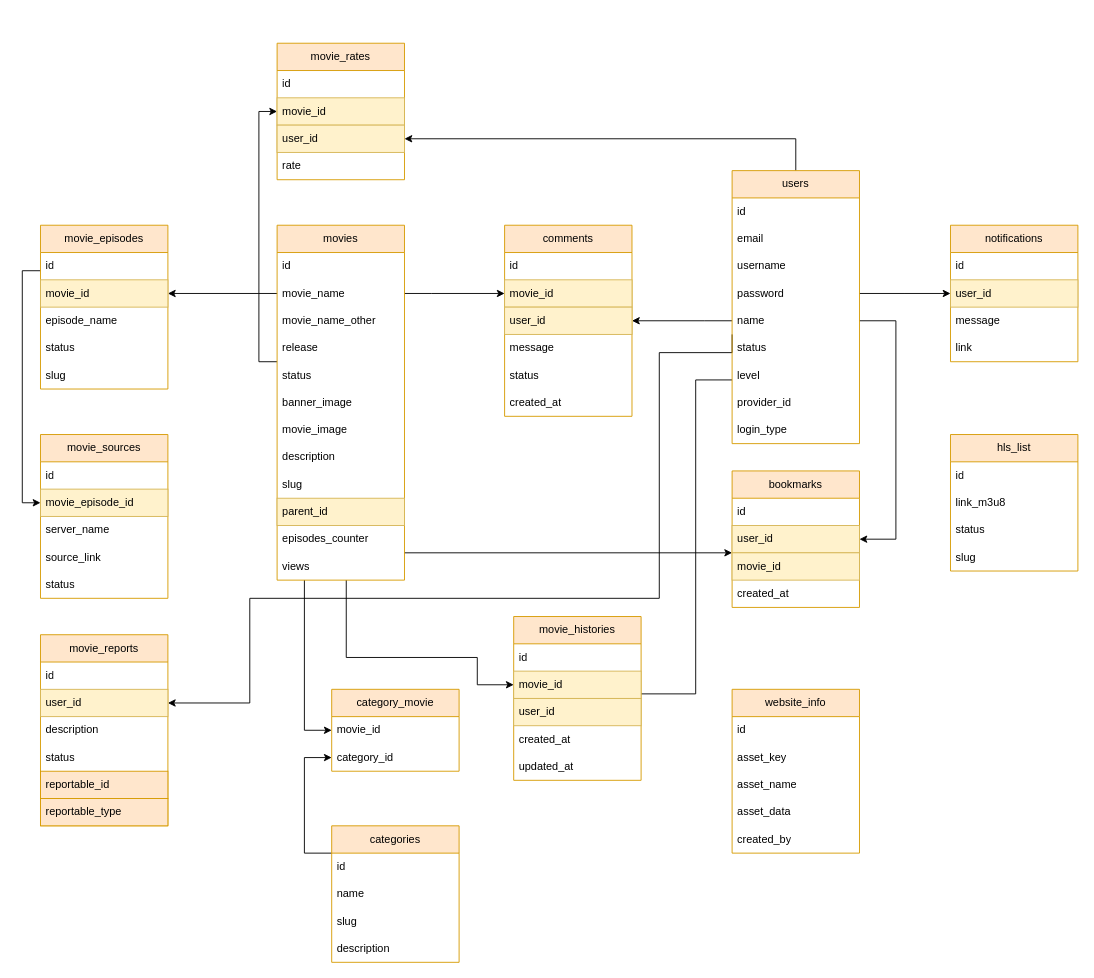
chinhps/movie-project keeps this draw.io diagram as movies_erd.drawio. Above is the earlier version. Source tidied: cells renumbered, new cells numbered last; positions are measured from the earlier drawing's top-left corner, leaving out a move shared by most shapes. Both pictures are drawn from the tidied source at 91%, with x=0, y=0 at pixel (22, 43).
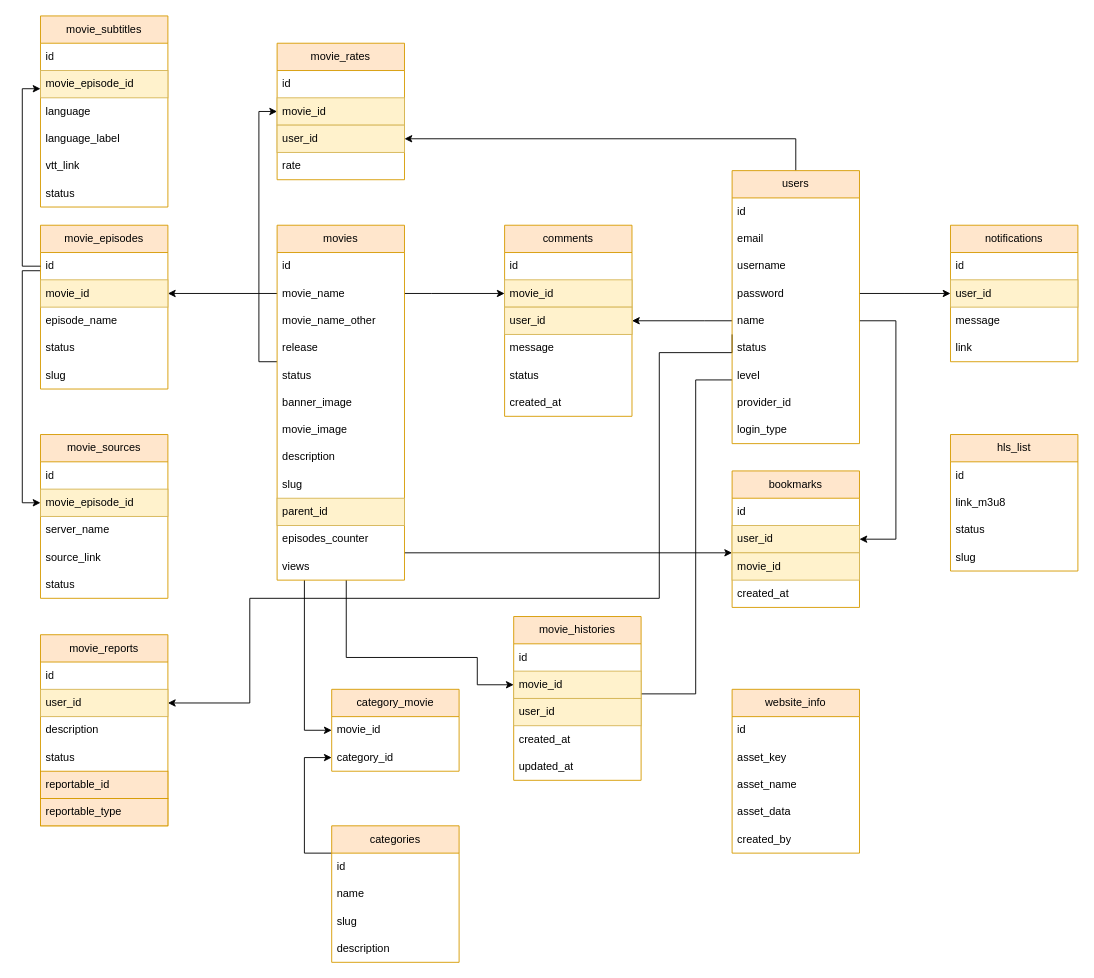
The same page after the edit.

Unchanged cells that the change refers to:
```xml
<mxCell id="23" value="id" style="text;strokeColor=none;fillColor=none;align=left;verticalAlign=middle;spacingLeft=4;spacingRight=4;overflow=hidden;points=[[0,0.5],[1,0.5]];portConstraint=eastwest;whiteSpace=wrap;html=1;" parent="22" vertex="1">
  <mxGeometry y="30" width="140" height="30" as="geometry" />
</mxCell>
```

What changed in the source:
```diff
@@
+    <mxCell id="105" value="movie_subtitles" style="swimlane;fontStyle=0;horizontal=1;startSize=30;whiteSpace=wrap;html=1;fillColor=#ffe6cc;strokeColor=#d79b00;" parent="1" vertex="1">
+      <mxGeometry x="20" y="-30" width="140" height="210" as="geometry" />
+    </mxCell>
+    <mxCell id="106" value="id" style="text;strokeColor=none;fillColor=none;align=left;verticalAlign=middle;spacingLeft=4;spacingRight=4;overflow=hidden;whiteSpace=wrap;html=1;" parent="105" vertex="1">
+      <mxGeometry y="30" width="140" height="30" as="geometry" />
+    </mxCell>
+    <mxCell id="107" value="&lt;span style=&quot;text-align: center;&quot;&gt;movie_episode&lt;/span&gt;_id" style="text;strokeColor=#d6b656;fillColor=#fff2cc;align=left;verticalAlign=middle;spacingLeft=4;spacingRight=4;overflow=hidden;whiteSpace=wrap;html=1;" parent="105" vertex="1">
+      <mxGeometry y="60" width="140" height="30" as="geometry" />
+    </mxCell>
+    <mxCell id="108" value="language" style="text;strokeColor=none;fillColor=none;align=left;verticalAlign=middle;spacingLeft=4;spacingRight=4;overflow=hidden;whiteSpace=wrap;html=1;" parent="105" vertex="1">
+      <mxGeometry y="90" width="140" height="30" as="geometry" />
+    </mxCell>
+    <mxCell id="109" value="language_label" style="text;strokeColor=none;fillColor=none;align=left;verticalAlign=middle;spacingLeft=4;spacingRight=4;overflow=hidden;whiteSpace=wrap;html=1;" parent="105" vertex="1">
+      <mxGeometry y="120" width="140" height="30" as="geometry" />
+    </mxCell>
+    <mxCell id="110" value="vtt_link" style="text;strokeColor=none;fillColor=none;align=left;verticalAlign=middle;spacingLeft=4;spacingRight=4;overflow=hidden;whiteSpace=wrap;html=1;" parent="105" vertex="1">
+      <mxGeometry y="150" width="140" height="30" as="geometry" />
+    </mxCell>
+    <mxCell id="111" value="status" style="text;strokeColor=none;fillColor=none;align=left;verticalAlign=middle;spacingLeft=4;spacingRight=4;overflow=hidden;whiteSpace=wrap;html=1;" parent="105" vertex="1">
+      <mxGeometry y="180" width="140" height="30" as="geometry" />
+    </mxCell>
+    <mxCell id="112" style="edgeStyle=orthogonalEdgeStyle;rounded=0;jettySize=auto;html=1;exitX=0;exitY=0.5;exitDx=0;exitDy=0;" parent="1" edge="1" source="23" target="105">
+      <mxGeometry relative="1" as="geometry">
+        <Array as="points">
+          <mxPoint y="245" />
+          <mxPoint y="50" />
+        </Array>
+      </mxGeometry>
+    </mxCell>
```
